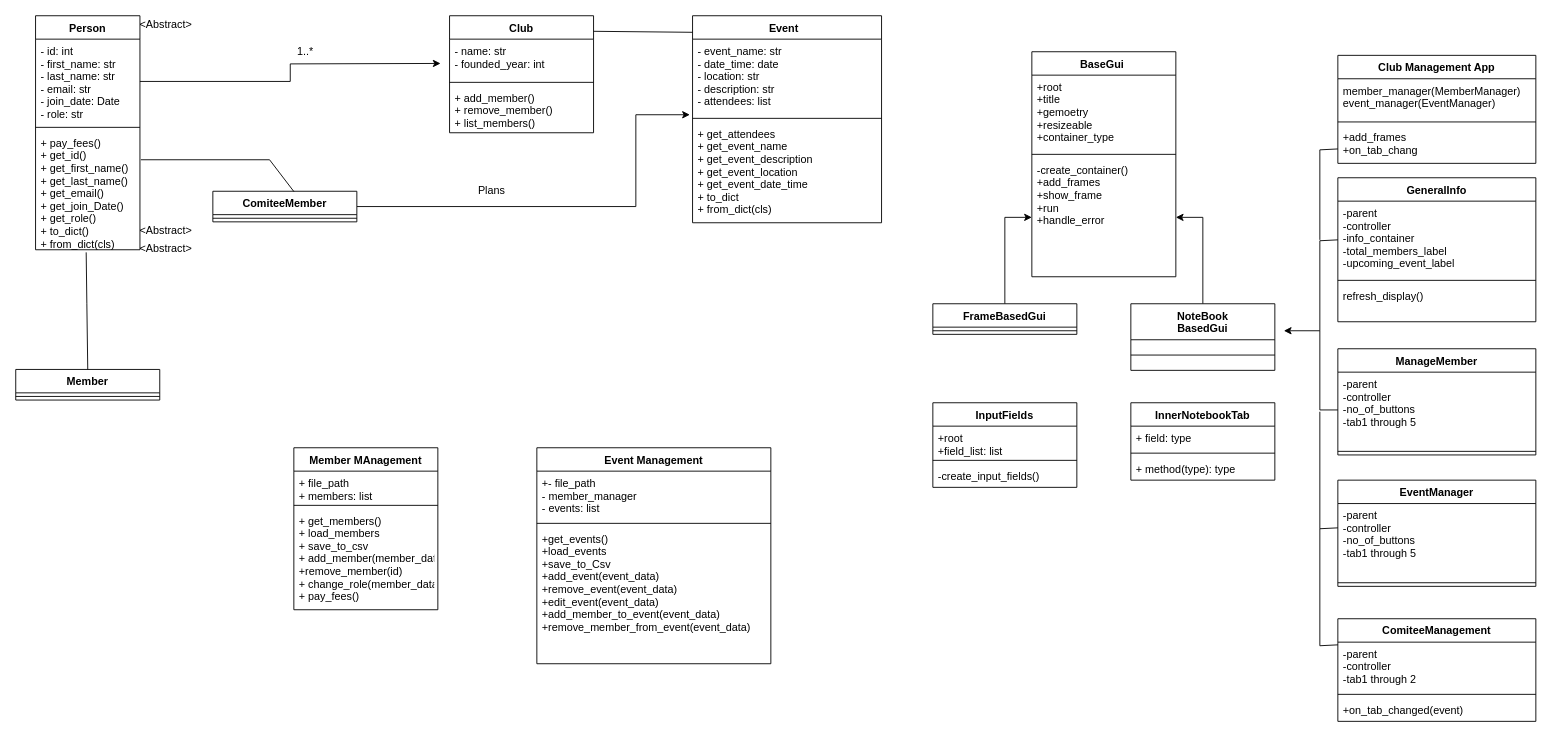
The draw.io diagram KMS_1_03_LE_03/KMS_1_03_LE_03_02_Down/KMS_1_03_LE_03_02_Down.drawio in SZF-JamesD/KMS_1_03, before the edit. Source tidied: cells renumbered, new cells numbered last; positions are measured from the earlier drawing's top-left corner, leaving out a move shared by most shapes. Both pictures are drawn from the tidied source at 90%, with x=0, y=0 at pixel (15, 15).
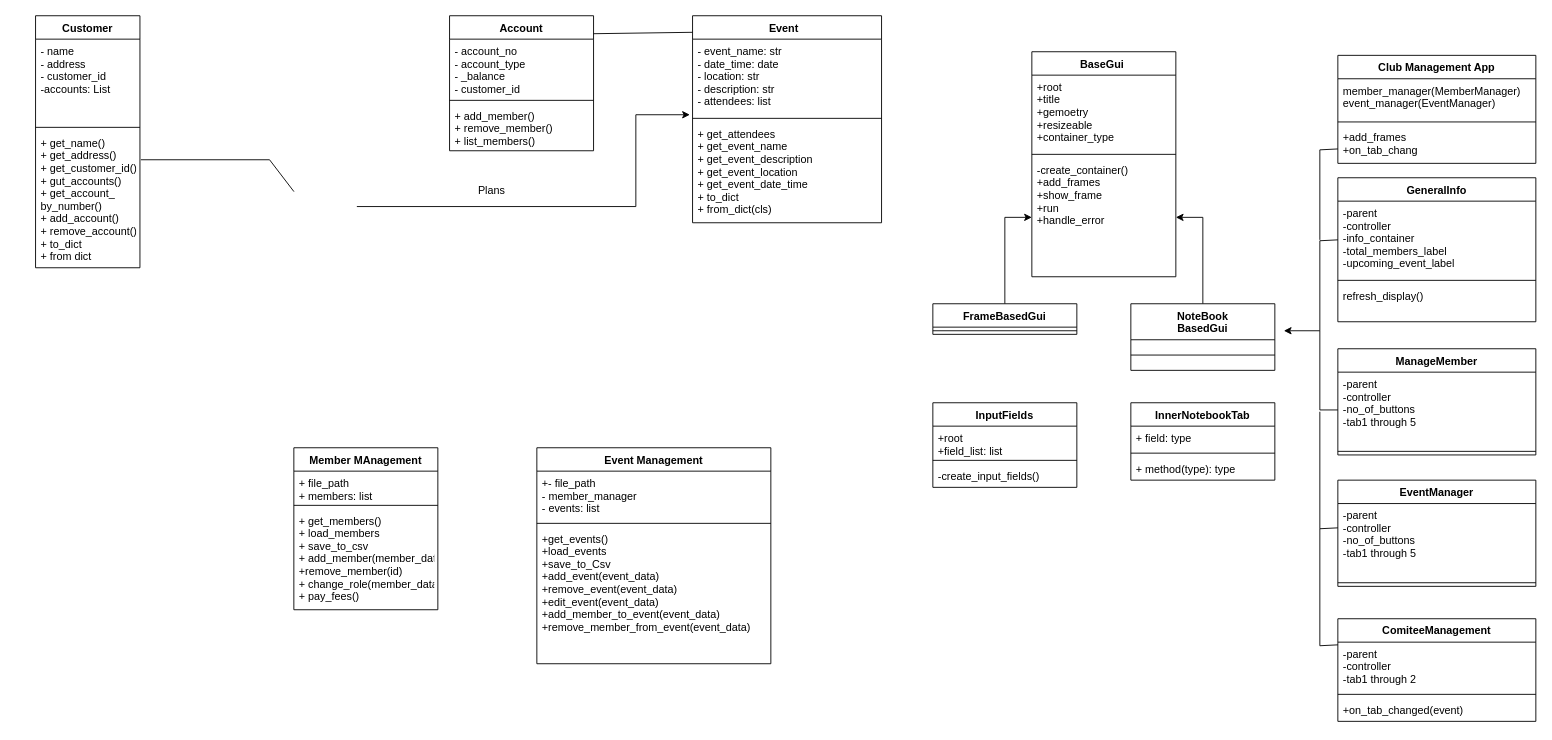
The same diagram, later.

What changed in the source:
```diff
@@
-    <mxCell id="16" value="Member" style="swimlane;fontStyle=1;align=center;verticalAlign=top;horizontal=1;startSize=26;" parent="1" vertex="1">
-      <mxGeometry y="393" width="160" height="34" as="geometry" />
-    </mxCell>
-    <mxCell id="17" style="line;strokeWidth=1;fillColor=none;align=left;verticalAlign=middle;spacingTop=-1;spacingLeft=3;spacingRight=3;labelPosition=right;" parent="16" vertex="1">
-      <mxGeometry y="26" width="160" height="8" as="geometry" />
-    </mxCell>
-    <mxCell id="18" value="Club" style="swimlane;fontStyle=1;align=center;verticalAlign=top;horizontal=1;startSize=26;" parent="1" vertex="1">
-      <mxGeometry x="482" width="160" height="130" as="geometry" />
+    <mxCell id="18" value="Account" style="swimlane;fontStyle=1;align=center;verticalAlign=top;horizontal=1;startSize=26;" parent="1" vertex="1">
+      <mxGeometry x="482" width="160" height="150" as="geometry" />
     </mxCell>
-    <mxCell id="19" value="- name: str&#10;- founded_year: int" style="text;strokeColor=none;fillColor=none;align=left;verticalAlign=top;spacingLeft=4;spacingRight=4;overflow=hidden;" parent="18" vertex="1">
-      <mxGeometry y="26" width="160" height="44" as="geometry" />
+    <mxCell id="19" value="- account_no&#10;- account_type&#10;- _balance&#10;- customer_id" style="text;strokeColor=none;fillColor=none;align=left;verticalAlign=top;spacingLeft=4;spacingRight=4;overflow=hidden;" parent="18" vertex="1">
+      <mxGeometry y="26" width="160" height="64" as="geometry" />
     </mxCell>
     <mxCell id="20" style="line;strokeWidth=1;fillColor=none;align=left;verticalAlign=middle;spacingTop=-1;spacingLeft=3;spacingRight=3;labelPosition=right;" parent="18" vertex="1">
-      <mxGeometry y="70" width="160" height="8" as="geometry" />
+      <mxGeometry y="90" width="160" height="8" as="geometry" />
     </mxCell>
     <mxCell id="21" value="+ add_member()&#10;+ remove_member()&#10;+ list_members()" style="text;strokeColor=none;fillColor=none;align=left;verticalAlign=top;spacingLeft=4;spacingRight=4;overflow=hidden;" parent="18" vertex="1">
-      <mxGeometry y="78" width="160" height="52" as="geometry" />
+      <mxGeometry y="98" width="160" height="52" as="geometry" />
     </mxCell>
-    <mxCell id="22" value="Person" style="swimlane;fontStyle=1;align=center;verticalAlign=top;horizontal=1;startSize=26;" parent="1" vertex="1">
-      <mxGeometry x="22" width="116" height="260" as="geometry" />
+    <mxCell id="22" value="Customer" style="swimlane;fontStyle=1;align=center;verticalAlign=top;horizontal=1;startSize=26;" parent="1" vertex="1">
+      <mxGeometry x="22" width="116" height="280" as="geometry" />
     </mxCell>
-    <mxCell id="23" value="- id: int&#10;- first_name: str&#10;- last_name: str&#10;- email: str&#10;- join_date: Date&#10;- role: str" style="text;strokeColor=none;fillColor=none;align=left;verticalAlign=top;spacingLeft=4;spacingRight=4;overflow=hidden;points=[[0,0.5],[1,0.5]];portConstraint=eastwest;" parent="22" vertex="1">
+    <mxCell id="23" value="- name&#10;- address&#10;- customer_id&#10;-accounts: List" style="text;strokeColor=none;fillColor=none;align=left;verticalAlign=top;spacingLeft=4;spacingRight=4;overflow=hidden;points=[[0,0.5],[1,0.5]];portConstraint=eastwest;" parent="22" vertex="1">
       <mxGeometry y="26" width="116" height="94" as="geometry" />
     </mxCell>
@@
-    <mxCell id="25" value="+ pay_fees()&#10;+ get_id()&#10;+ get_first_name()&#10;+ get_last_name()&#10;+ get_email()&#10;+ get_join_Date()&#10;+ get_role()&#10;+ to_dict()&#10;+ from_dict(cls)" style="text;strokeColor=none;fillColor=none;align=left;verticalAlign=top;spacingLeft=4;spacingRight=4;overflow=hidden;points=[[0,0.5],[1,0.5]];portConstraint=eastwest;" parent="22" vertex="1">
-      <mxGeometry y="128" width="116" height="132" as="geometry" />
+    <mxCell id="25" value="+ get_name()&#10;+ get_address()&#10;+ get_customer_id()&#10;+ gut_accounts()&#10;+ get_account_&#10;by_number()&#10;+ add_account()&#10;+ remove_account()&#10;+ to_dict&#10;+ from dict" style="text;strokeColor=none;fillColor=none;align=left;verticalAlign=top;spacingLeft=4;spacingRight=4;overflow=hidden;points=[[0,0.5],[1,0.5]];portConstraint=eastwest;" parent="22" vertex="1">
+      <mxGeometry y="128" width="116" height="152" as="geometry" />
     </mxCell>
-    <mxCell id="26" style="edgeStyle=orthogonalEdgeStyle;rounded=0;jettySize=auto;html=1;" parent="1" edge="1" source="27">
+    <mxCell id="26" style="edgeStyle=orthogonalEdgeStyle;rounded=0;orthogonalLoop=1;jettySize=auto;html=1;" parent="1" edge="1">
       <mxGeometry relative="1" as="geometry">
+        <mxPoint x="379" y="212" as="sourcePoint" />
         <mxPoint x="749" y="110" as="targetPoint" />
         <Array as="points">
           <mxPoint x="689" y="212" />
           <mxPoint x="689" y="110" />
         </Array>
       </mxGeometry>
     </mxCell>
-    <mxCell id="27" value="ComiteeMember" style="swimlane;fontStyle=1;align=center;verticalAlign=top;horizontal=1;startSize=26;" parent="1" vertex="1">
-      <mxGeometry x="219" y="195" width="160" height="34" as="geometry" />
-    </mxCell>
-    <mxCell id="28" style="line;strokeWidth=1;fillColor=none;align=left;verticalAlign=middle;spacingTop=-1;spacingLeft=3;spacingRight=3;labelPosition=right;" parent="27" vertex="1">
-      <mxGeometry y="26" width="160" height="8" as="geometry" />
-    </mxCell>
@@
-    <mxCell id="33" style="endArrow=none;html=1;rounded=0;exitX=0.563;exitY=0.012;exitDx=0;exitDy=0;exitPerimeter=0;" parent="1" edge="1" source="27">
+    <mxCell id="33" style="endArrow=none;html=1;rounded=0;exitX=0.563;exitY=0.012;exitDx=0;exitDy=0;exitPerimeter=0;" parent="1" edge="1">
       <mxGeometry relative="1" as="geometry">
+        <mxPoint x="309.1" y="195.4" as="sourcePoint" />
         <mxPoint x="139" y="160" as="targetPoint" />
         <Array as="points">
           <mxPoint x="282" y="160" />
         </Array>
       </mxGeometry>
     </mxCell>
-    <mxCell id="34" style="edgeStyle=orthogonalEdgeStyle;rounded=0;jettySize=auto;html=1;" parent="1" edge="1" source="23">
-      <mxGeometry relative="1" as="geometry">
-        <mxPoint x="472" y="53" as="targetPoint" />
-      </mxGeometry>
-    </mxCell>
-    <mxCell id="35" value="1..*" style="text;html=1;strokeColor=none;fillColor=none;align=center;verticalAlign=middle;whiteSpace=wrap;rounded=0;" parent="1" vertex="1">
-      <mxGeometry x="292" y="30" width="60" height="20" as="geometry" />
-    </mxCell>
@@
-    <mxCell id="37" value="&amp;lt;Abstract&amp;gt;" style="text;html=1;strokeColor=none;fillColor=none;align=center;verticalAlign=middle;whiteSpace=wrap;rounded=0;" parent="1" vertex="1">
-      <mxGeometry x="142" width="50" height="20" as="geometry" />
-    </mxCell>
-    <mxCell id="38" value="&amp;lt;Abstract&amp;gt;" style="text;html=1;strokeColor=none;fillColor=none;align=center;verticalAlign=middle;whiteSpace=wrap;rounded=0;" parent="1" vertex="1">
-      <mxGeometry x="142" y="229" width="50" height="20" as="geometry" />
-    </mxCell>
-    <mxCell id="39" style="edgeStyle=orthogonalEdgeStyle;rounded=0;orthogonalLoop=1;jettySize=auto;html=1;exitX=0.5;exitY=1;exitDx=0;exitDy=0;" parent="1" edge="1" source="38" target="38">
-      <mxGeometry relative="1" as="geometry" />
+    <mxCell id="39" style="edgeStyle=orthogonalEdgeStyle;rounded=0;orthogonalLoop=1;jettySize=auto;html=1;exitX=0.5;exitY=1;exitDx=0;exitDy=0;" parent="1" edge="1">
+      <mxGeometry relative="1" as="geometry">
+        <mxPoint x="167" y="249" as="sourcePoint" />
+        <mxPoint x="167" y="249" as="targetPoint" />
+      </mxGeometry>
     </mxCell>
-    <mxCell id="40" value="&amp;lt;Abstract&amp;gt;" style="text;html=1;strokeColor=none;fillColor=none;align=center;verticalAlign=middle;whiteSpace=wrap;rounded=0;" parent="1" vertex="1">
-      <mxGeometry x="142" y="249" width="50" height="20" as="geometry" />
-    </mxCell>
-    <mxCell id="41" style="endArrow=none;html=1;rounded=0;exitX=0.485;exitY=1.022;exitDx=0;exitDy=0;exitPerimeter=0;entryX=0.5;entryY=0;entryDx=0;entryDy=0;" parent="1" edge="1" source="25" target="16">
-      <mxGeometry relative="1" as="geometry">
-        <Array as="points">
-          <mxPoint x="79" y="320" />
-        </Array>
-      </mxGeometry>
-    </mxCell>
```
